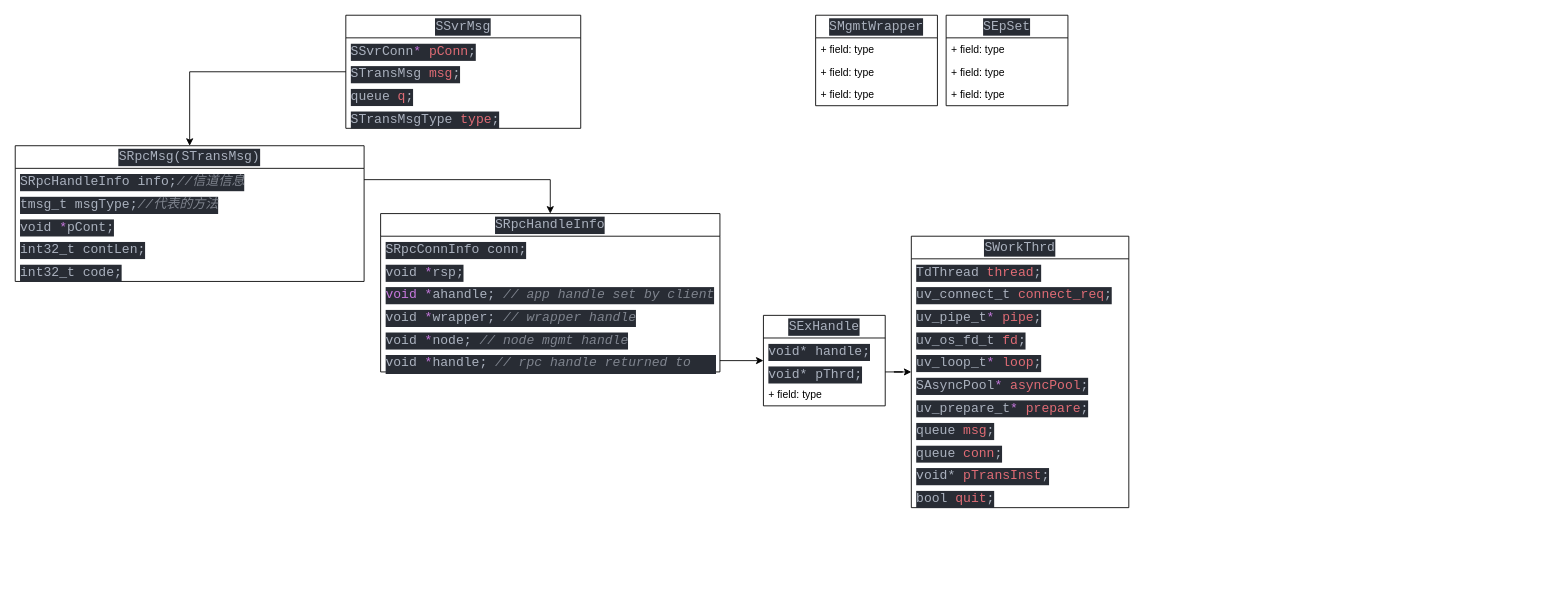
This is TDengine_tmsgcb_libuv.drawio from iTheds/draft_diagrams, a draw.io file, before an edit. Source tidied: cells renumbered, new cells numbered last; positions are measured from the earlier drawing's top-left corner, leaving out a move shared by most shapes. Both pictures are drawn from the tidied source at 87%, with x=0, y=0 at pixel (15, 15).
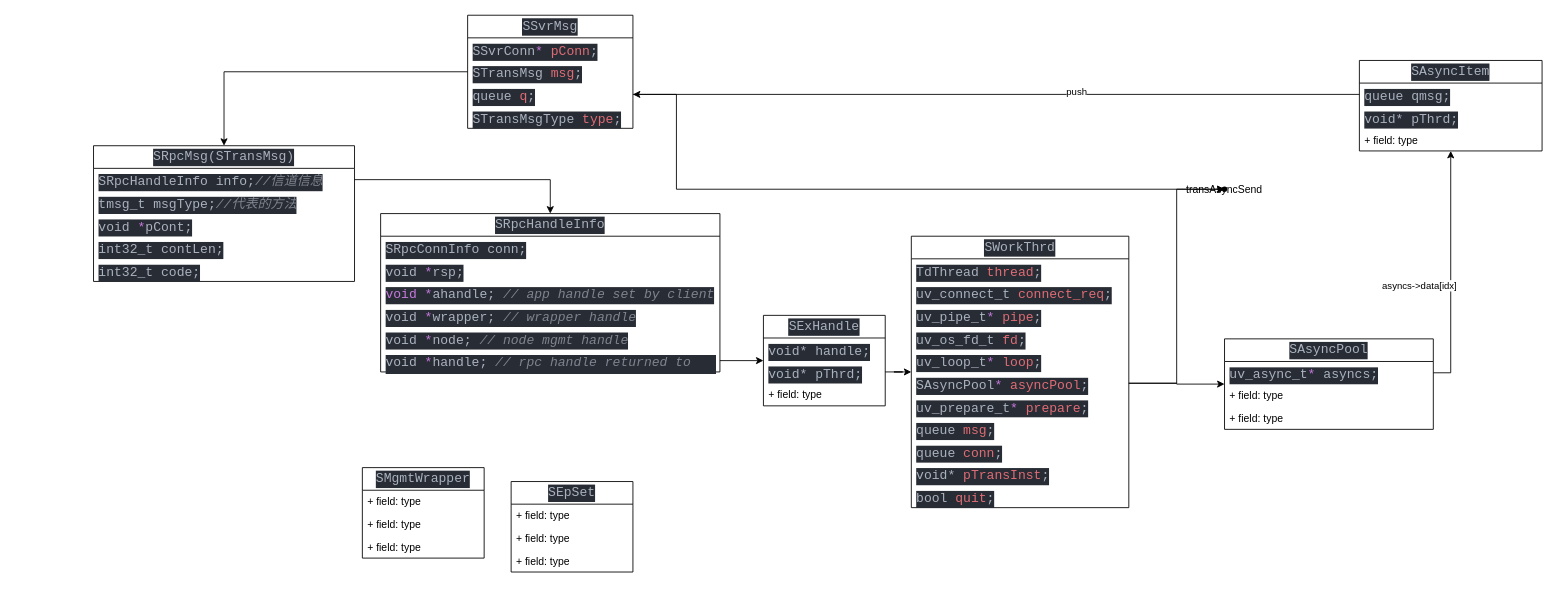
Above is the later version.

The change refers to these unchanged cells:
```xml
<mxCell id="41" value="&lt;div style=&quot;color: rgb(171, 178, 191); background-color: rgb(40, 44, 52); font-family: &amp;quot;Cascadia Code&amp;quot;, &amp;quot;Cascadia Code&amp;quot;, monospace, &amp;quot;Droid Sans Mono&amp;quot;, &amp;quot;monospace&amp;quot;, monospace; font-weight: normal; font-size: 15px; line-height: 20px;&quot;&gt;&lt;div&gt;SAsyncPool&lt;span style=&quot;color: #c678dd;&quot;&gt;*&lt;/span&gt;&lt;span style=&quot;color: #abb2bf;&quot;&gt;   &lt;/span&gt;&lt;span style=&quot;color: #e06c75;&quot;&gt;asyncPool&lt;/span&gt;&lt;span style=&quot;color: #abb2bf;&quot;&gt;;&lt;/span&gt;&lt;/div&gt;&lt;/div&gt;" style="text;strokeColor=none;fillColor=none;align=left;verticalAlign=top;spacingLeft=4;spacingRight=4;overflow=hidden;points=[[0,0.5],[1,0.5]];portConstraint=eastwest;whiteSpace=wrap;html=1;" parent="35" vertex="1">
  <mxGeometry y="156" width="250" height="26" as="geometry" />
</mxCell>
```

Change to the diagram source:
```diff
@@
     <mxCell id="2" value="&lt;div style=&quot;color: rgb(171, 178, 191); background-color: rgb(40, 44, 52); font-family: &amp;quot;Cascadia Code&amp;quot;, &amp;quot;Cascadia Code&amp;quot;, monospace, &amp;quot;Droid Sans Mono&amp;quot;, &amp;quot;monospace&amp;quot;, monospace; font-weight: normal; font-size: 15px; line-height: 20px;&quot;&gt;&lt;div&gt;SRpcMsg(STransMsg)&lt;/div&gt;&lt;/div&gt;" style="swimlane;fontStyle=0;horizontal=1;startSize=26;fillColor=none;whiteSpace=wrap;html=1;" parent="1" vertex="1">
-      <mxGeometry y="150" width="401" height="156" as="geometry" />
+      <mxGeometry x="90" y="150" width="300" height="156" as="geometry" />
     </mxCell>
     <mxCell id="3" value="&lt;div style=&quot;color: rgb(171, 178, 191); background-color: rgb(40, 44, 52); font-family: &amp;quot;Cascadia Code&amp;quot;, &amp;quot;Cascadia Code&amp;quot;, monospace, &amp;quot;Droid Sans Mono&amp;quot;, &amp;quot;monospace&amp;quot;, monospace; font-weight: normal; font-size: 15px; line-height: 20px;&quot;&gt;&lt;div&gt;SRpcHandleInfo info;&lt;span style=&quot;color: #7f848e;font-style: italic;&quot;&gt;//信道信息&lt;/span&gt;&lt;/div&gt;&lt;/div&gt;" style="text;strokeColor=none;fillColor=none;align=left;verticalAlign=top;spacingLeft=4;spacingRight=4;overflow=hidden;points=[[0,0.5],[1,0.5]];portConstraint=eastwest;whiteSpace=wrap;html=1;" parent="2" vertex="1">
-      <mxGeometry y="26" width="401" height="26" as="geometry" />
+      <mxGeometry y="26" width="300" height="26" as="geometry" />
     </mxCell>
     <mxCell id="4" value="&lt;div style=&quot;color: rgb(171, 178, 191); background-color: rgb(40, 44, 52); font-family: &amp;quot;Cascadia Code&amp;quot;, &amp;quot;Cascadia Code&amp;quot;, monospace, &amp;quot;Droid Sans Mono&amp;quot;, &amp;quot;monospace&amp;quot;, monospace; font-weight: normal; font-size: 15px; line-height: 20px;&quot;&gt;&lt;div&gt;tmsg_t&lt;span style=&quot;color: #abb2bf;&quot;&gt;         msgType;&lt;/span&gt;&lt;span style=&quot;color: #7f848e;font-style: italic;&quot;&gt;//代表的方法&lt;/span&gt;&lt;/div&gt;&lt;/div&gt;" style="text;strokeColor=none;fillColor=none;align=left;verticalAlign=top;spacingLeft=4;spacingRight=4;overflow=hidden;whiteSpace=wrap;html=1;" parent="2" vertex="1">
-      <mxGeometry y="52" width="401" height="26" as="geometry" />
+      <mxGeometry y="52" width="300" height="26" as="geometry" />
     </mxCell>
     <mxCell id="5" value="&lt;div style=&quot;color: rgb(171, 178, 191); background-color: rgb(40, 44, 52); font-family: &amp;quot;Cascadia Code&amp;quot;, &amp;quot;Cascadia Code&amp;quot;, monospace, &amp;quot;Droid Sans Mono&amp;quot;, &amp;quot;monospace&amp;quot;, monospace; font-weight: normal; font-size: 15px; line-height: 20px;&quot;&gt;&lt;div&gt;void&lt;span style=&quot;color: #abb2bf;&quot;&gt;          &lt;/span&gt;&lt;span style=&quot;color: #c678dd;&quot;&gt;*&lt;/span&gt;&lt;span style=&quot;color: #abb2bf;&quot;&gt;pCont;&lt;/span&gt;&lt;/div&gt;&lt;/div&gt;" style="text;strokeColor=none;fillColor=none;align=left;verticalAlign=top;spacingLeft=4;spacingRight=4;overflow=hidden;whiteSpace=wrap;html=1;" parent="2" vertex="1">
-      <mxGeometry y="78" width="401" height="26" as="geometry" />
+      <mxGeometry y="78" width="300" height="26" as="geometry" />
     </mxCell>
     <mxCell id="6" value="&lt;div style=&quot;color: rgb(171, 178, 191); background-color: rgb(40, 44, 52); font-family: &amp;quot;Cascadia Code&amp;quot;, &amp;quot;Cascadia Code&amp;quot;, monospace, &amp;quot;Droid Sans Mono&amp;quot;, &amp;quot;monospace&amp;quot;, monospace; font-weight: normal; font-size: 15px; line-height: 20px;&quot;&gt;&lt;div&gt;int32_t&lt;span style=&quot;color: #abb2bf;&quot;&gt;        contLen;&lt;/span&gt;&lt;/div&gt;&lt;/div&gt;" style="text;strokeColor=none;fillColor=none;align=left;verticalAlign=top;spacingLeft=4;spacingRight=4;overflow=hidden;whiteSpace=wrap;html=1;" parent="2" vertex="1">
-      <mxGeometry y="104" width="401" height="26" as="geometry" />
+      <mxGeometry y="104" width="300" height="26" as="geometry" />
     </mxCell>
     <mxCell id="7" value="&lt;div style=&quot;color: rgb(171, 178, 191); background-color: rgb(40, 44, 52); font-family: &amp;quot;Cascadia Code&amp;quot;, &amp;quot;Cascadia Code&amp;quot;, monospace, &amp;quot;Droid Sans Mono&amp;quot;, &amp;quot;monospace&amp;quot;, monospace; font-weight: normal; font-size: 15px; line-height: 20px;&quot;&gt;&lt;div&gt;int32_t&lt;span style=&quot;color: #abb2bf;&quot;&gt;        code;&lt;/span&gt;&lt;/div&gt;&lt;/div&gt;" style="text;strokeColor=none;fillColor=none;align=left;verticalAlign=top;spacingLeft=4;spacingRight=4;overflow=hidden;whiteSpace=wrap;html=1;" parent="2" vertex="1">
-      <mxGeometry y="130" width="401" height="26" as="geometry" />
+      <mxGeometry y="130" width="300" height="26" as="geometry" />
     </mxCell>
     <mxCell id="8" value="&lt;div style=&quot;color: rgb(171, 178, 191); background-color: rgb(40, 44, 52); font-family: &amp;quot;Cascadia Code&amp;quot;, &amp;quot;Cascadia Code&amp;quot;, monospace, &amp;quot;Droid Sans Mono&amp;quot;, &amp;quot;monospace&amp;quot;, monospace; font-weight: normal; font-size: 15px; line-height: 20px;&quot;&gt;&lt;div&gt;SEpSet&lt;/div&gt;&lt;/div&gt;" style="swimlane;fontStyle=0;horizontal=1;startSize=26;fillColor=none;whiteSpace=wrap;html=1;" parent="1" vertex="1">
-      <mxGeometry x="1070" width="140" height="104" as="geometry" />
+      <mxGeometry x="570" y="536" width="140" height="104" as="geometry" />
     </mxCell>
@@
     <mxCell id="12" value="&lt;div style=&quot;color: rgb(171, 178, 191); background-color: rgb(40, 44, 52); font-family: &amp;quot;Cascadia Code&amp;quot;, &amp;quot;Cascadia Code&amp;quot;, monospace, &amp;quot;Droid Sans Mono&amp;quot;, &amp;quot;monospace&amp;quot;, monospace; font-weight: normal; font-size: 15px; line-height: 20px;&quot;&gt;&lt;div&gt;SMgmtWrapper&lt;/div&gt;&lt;/div&gt;" style="swimlane;fontStyle=0;horizontal=1;startSize=26;fillColor=none;whiteSpace=wrap;html=1;" parent="1" vertex="1">
-      <mxGeometry x="920" width="140" height="104" as="geometry" />
+      <mxGeometry x="399" y="520" width="140" height="104" as="geometry" />
     </mxCell>
@@
     <mxCell id="29" value="&lt;div style=&quot;color: rgb(171, 178, 191); background-color: rgb(40, 44, 52); font-family: &amp;quot;Cascadia Code&amp;quot;, &amp;quot;Cascadia Code&amp;quot;, monospace, &amp;quot;Droid Sans Mono&amp;quot;, &amp;quot;monospace&amp;quot;, monospace; font-weight: normal; font-size: 15px; line-height: 20px;&quot;&gt;&lt;div&gt;SSvrMsg&lt;/div&gt;&lt;/div&gt;" style="swimlane;fontStyle=0;horizontal=1;startSize=26;fillColor=none;whiteSpace=wrap;html=1;" parent="1" vertex="1">
-      <mxGeometry x="380" width="270" height="130" as="geometry" />
+      <mxGeometry x="520" width="190" height="130" as="geometry" />
     </mxCell>
     <mxCell id="30" value="&lt;div style=&quot;color: rgb(171, 178, 191); background-color: rgb(40, 44, 52); font-family: &amp;quot;Cascadia Code&amp;quot;, &amp;quot;Cascadia Code&amp;quot;, monospace, &amp;quot;Droid Sans Mono&amp;quot;, &amp;quot;monospace&amp;quot;, monospace; font-weight: normal; font-size: 15px; line-height: 20px;&quot;&gt;&lt;div&gt;SSvrConn&lt;span style=&quot;color: #c678dd;&quot;&gt;*&lt;/span&gt;&lt;span style=&quot;color: #abb2bf;&quot;&gt;     &lt;/span&gt;&lt;span style=&quot;color: #e06c75;&quot;&gt;pConn&lt;/span&gt;&lt;span style=&quot;color: #abb2bf;&quot;&gt;;&lt;/span&gt;&lt;/div&gt;&lt;/div&gt;" style="text;strokeColor=none;fillColor=none;align=left;verticalAlign=top;spacingLeft=4;spacingRight=4;overflow=hidden;whiteSpace=wrap;html=1;" parent="29" vertex="1">
-      <mxGeometry y="26" width="270" height="26" as="geometry" />
+      <mxGeometry y="26" width="190" height="26" as="geometry" />
     </mxCell>
     <mxCell id="31" value="&lt;div style=&quot;color: rgb(171, 178, 191); background-color: rgb(40, 44, 52); font-family: &amp;quot;Cascadia Code&amp;quot;, &amp;quot;Cascadia Code&amp;quot;, monospace, &amp;quot;Droid Sans Mono&amp;quot;, &amp;quot;monospace&amp;quot;, monospace; font-weight: normal; font-size: 15px; line-height: 20px;&quot;&gt;&lt;div&gt;STransMsg&lt;span style=&quot;color: #abb2bf;&quot;&gt;     &lt;/span&gt;&lt;span style=&quot;color: #e06c75;&quot;&gt;msg&lt;/span&gt;&lt;span style=&quot;color: #abb2bf;&quot;&gt;;&lt;/span&gt;&lt;/div&gt;&lt;/div&gt;" style="text;strokeColor=none;fillColor=none;align=left;verticalAlign=top;spacingLeft=4;spacingRight=4;overflow=hidden;points=[[0,0.5],[1,0.5]];portConstraint=eastwest;whiteSpace=wrap;html=1;" parent="29" vertex="1">
-      <mxGeometry y="52" width="270" height="26" as="geometry" />
+      <mxGeometry y="52" width="190" height="26" as="geometry" />
     </mxCell>
     <mxCell id="32" value="&lt;div style=&quot;color: rgb(171, 178, 191); background-color: rgb(40, 44, 52); font-family: &amp;quot;Cascadia Code&amp;quot;, &amp;quot;Cascadia Code&amp;quot;, monospace, &amp;quot;Droid Sans Mono&amp;quot;, &amp;quot;monospace&amp;quot;, monospace; font-weight: normal; font-size: 15px; line-height: 20px;&quot;&gt;&lt;div&gt;queue&lt;span style=&quot;color: #abb2bf;&quot;&gt;         &lt;/span&gt;&lt;span style=&quot;color: #e06c75;&quot;&gt;q&lt;/span&gt;&lt;span style=&quot;color: #abb2bf;&quot;&gt;;&lt;/span&gt;&lt;/div&gt;&lt;/div&gt;" style="text;strokeColor=none;fillColor=none;align=left;verticalAlign=top;spacingLeft=4;spacingRight=4;overflow=hidden;points=[[0,0.5],[1,0.5]];portConstraint=eastwest;whiteSpace=wrap;html=1;" parent="29" vertex="1">
-      <mxGeometry y="78" width="270" height="26" as="geometry" />
+      <mxGeometry y="78" width="190" height="26" as="geometry" />
     </mxCell>
     <mxCell id="33" value="&lt;div style=&quot;color: rgb(171, 178, 191); background-color: rgb(40, 44, 52); font-family: &amp;quot;Cascadia Code&amp;quot;, &amp;quot;Cascadia Code&amp;quot;, monospace, &amp;quot;Droid Sans Mono&amp;quot;, &amp;quot;monospace&amp;quot;, monospace; font-weight: normal; font-size: 15px; line-height: 20px;&quot;&gt;&lt;div&gt;STransMsgType&lt;span style=&quot;color: #abb2bf;&quot;&gt; &lt;/span&gt;&lt;span style=&quot;color: #e06c75;&quot;&gt;type&lt;/span&gt;&lt;span style=&quot;color: #abb2bf;&quot;&gt;;&lt;/span&gt;&lt;/div&gt;&lt;/div&gt;" style="text;strokeColor=none;fillColor=none;align=left;verticalAlign=top;spacingLeft=4;spacingRight=4;overflow=hidden;whiteSpace=wrap;html=1;" parent="29" vertex="1">
-      <mxGeometry y="104" width="270" height="26" as="geometry" />
+      <mxGeometry y="104" width="190" height="26" as="geometry" />
     </mxCell>
@@
+    <mxCell id="48" value="transAsyncSend" style="shape=waypoint;sketch=0;fillStyle=solid;size=6;points=[];fillColor=none;perimeter=centerPerimeter;snapToPoint=1;" parent="1" vertex="1">
+      <mxGeometry x="1380" y="190" width="20" height="20" as="geometry" />
+    </mxCell>
+    <mxCell id="49" style="edgeStyle=elbowEdgeStyle;rounded=0;jettySize=auto;html=1;entryX=0.5;entryY=0.675;entryDx=0;entryDy=0;entryPerimeter=0;exitX=1;exitY=0.5;exitDx=0;exitDy=0;" parent="1" edge="1" source="32" target="48">
+      <mxGeometry relative="1" as="geometry">
+        <Array as="points">
+          <mxPoint x="760" y="120" />
+        </Array>
+      </mxGeometry>
+    </mxCell>
+    <mxCell id="50" style="edgeStyle=elbowEdgeStyle;rounded=0;jettySize=auto;html=1;entryX=0.75;entryY=0.592;entryDx=0;entryDy=0;entryPerimeter=0;" parent="1" edge="1" source="41" target="48">
+      <mxGeometry relative="1" as="geometry" />
+    </mxCell>
+    <mxCell id="51" value="&lt;div style=&quot;color: rgb(171, 178, 191); background-color: rgb(40, 44, 52); font-family: &amp;quot;Cascadia Code&amp;quot;, &amp;quot;Cascadia Code&amp;quot;, monospace, &amp;quot;Droid Sans Mono&amp;quot;, &amp;quot;monospace&amp;quot;, monospace; font-weight: normal; font-size: 15px; line-height: 20px;&quot;&gt;&lt;div&gt;SAsyncItem&lt;/div&gt;&lt;/div&gt;" style="swimlane;fontStyle=0;horizontal=1;startSize=26;fillColor=none;whiteSpace=wrap;html=1;" parent="1" vertex="1">
+      <mxGeometry x="1545" y="52" width="210" height="104" as="geometry" />
+    </mxCell>
+    <mxCell id="52" value="&lt;div style=&quot;color: rgb(171, 178, 191); background-color: rgb(40, 44, 52); font-family: &amp;quot;Cascadia Code&amp;quot;, &amp;quot;Cascadia Code&amp;quot;, monospace, &amp;quot;Droid Sans Mono&amp;quot;, &amp;quot;monospace&amp;quot;, monospace; font-weight: normal; font-size: 15px; line-height: 20px;&quot;&gt;&lt;div&gt;queue         qmsg;&lt;/div&gt;&lt;/div&gt;" style="text;strokeColor=none;fillColor=none;align=left;verticalAlign=top;spacingLeft=4;spacingRight=4;overflow=hidden;points=[[0,0.5],[1,0.5]];portConstraint=eastwest;whiteSpace=wrap;html=1;" parent="51" vertex="1">
+      <mxGeometry y="26" width="210" height="26" as="geometry" />
+    </mxCell>
+    <mxCell id="53" value="&lt;div style=&quot;color: rgb(171, 178, 191); background-color: rgb(40, 44, 52); font-family: &amp;quot;Cascadia Code&amp;quot;, &amp;quot;Cascadia Code&amp;quot;, monospace, &amp;quot;Droid Sans Mono&amp;quot;, &amp;quot;monospace&amp;quot;, monospace; font-weight: normal; font-size: 15px; line-height: 20px;&quot;&gt;&lt;div&gt;void*&lt;span style=&quot;color: #abb2bf;&quot;&gt;         pThrd;&lt;/span&gt;&lt;/div&gt;&lt;/div&gt;" style="text;strokeColor=none;fillColor=none;align=left;verticalAlign=top;spacingLeft=4;spacingRight=4;overflow=hidden;whiteSpace=wrap;html=1;" parent="51" vertex="1">
+      <mxGeometry y="52" width="210" height="26" as="geometry" />
+    </mxCell>
+    <mxCell id="54" value="+ field: type" style="text;strokeColor=none;fillColor=none;align=left;verticalAlign=top;spacingLeft=4;spacingRight=4;overflow=hidden;whiteSpace=wrap;html=1;" parent="51" vertex="1">
+      <mxGeometry y="78" width="210" height="26" as="geometry" />
+    </mxCell>
+    <mxCell id="55" value="&lt;div style=&quot;color: rgb(171, 178, 191); background-color: rgb(40, 44, 52); font-family: &amp;quot;Cascadia Code&amp;quot;, &amp;quot;Cascadia Code&amp;quot;, monospace, &amp;quot;Droid Sans Mono&amp;quot;, &amp;quot;monospace&amp;quot;, monospace; font-weight: normal; font-size: 15px; line-height: 20px;&quot;&gt;&lt;div&gt;SAsyncPool&lt;/div&gt;&lt;/div&gt;" style="swimlane;fontStyle=0;horizontal=1;startSize=26;fillColor=none;whiteSpace=wrap;html=1;" parent="1" vertex="1">
+      <mxGeometry x="1390" y="372" width="240" height="104" as="geometry" />
+    </mxCell>
+    <mxCell id="56" value="&lt;div style=&quot;color: rgb(171, 178, 191); background-color: rgb(40, 44, 52); font-family: &amp;quot;Cascadia Code&amp;quot;, &amp;quot;Cascadia Code&amp;quot;, monospace, &amp;quot;Droid Sans Mono&amp;quot;, &amp;quot;monospace&amp;quot;, monospace; font-weight: normal; font-size: 15px; line-height: 20px;&quot;&gt;&lt;div&gt;uv_async_t&lt;span style=&quot;color: #c678dd;&quot;&gt;*&lt;/span&gt;&lt;span style=&quot;color: #abb2bf;&quot;&gt; asyncs;&lt;/span&gt;&lt;/div&gt;&lt;/div&gt;" style="text;strokeColor=none;fillColor=none;align=left;verticalAlign=top;spacingLeft=4;spacingRight=4;overflow=hidden;points=[[0,0.5],[1,0.5]];portConstraint=eastwest;whiteSpace=wrap;html=1;" parent="55" vertex="1">
+      <mxGeometry y="26" width="240" height="26" as="geometry" />
+    </mxCell>
+    <mxCell id="57" value="+ field: type" style="text;strokeColor=none;fillColor=none;align=left;verticalAlign=top;spacingLeft=4;spacingRight=4;overflow=hidden;whiteSpace=wrap;html=1;" parent="55" vertex="1">
+      <mxGeometry y="52" width="240" height="26" as="geometry" />
+    </mxCell>
+    <mxCell id="58" value="+ field: type" style="text;strokeColor=none;fillColor=none;align=left;verticalAlign=top;spacingLeft=4;spacingRight=4;overflow=hidden;whiteSpace=wrap;html=1;" parent="55" vertex="1">
+      <mxGeometry y="78" width="240" height="26" as="geometry" />
+    </mxCell>
+    <mxCell id="59" style="edgeStyle=orthogonalEdgeStyle;rounded=0;jettySize=auto;html=1;" parent="1" edge="1" source="41" target="55">
+      <mxGeometry relative="1" as="geometry" />
+    </mxCell>
+    <mxCell id="60" style="edgeStyle=orthogonalEdgeStyle;rounded=0;jettySize=auto;html=1;exitX=1;exitY=0.5;exitDx=0;exitDy=0;" parent="1" edge="1" source="56" target="51">
+      <mxGeometry relative="1" as="geometry" />
+    </mxCell>
+    <mxCell id="61" value="asyncs-&amp;gt;data[idx]" style="edgeLabel;html=1;align=center;verticalAlign=middle;" parent="60" vertex="1">
+      <mxGeometry x="-0.03" y="-2" relative="1" as="geometry">
+        <mxPoint x="-39" y="12" as="offset" />
+      </mxGeometry>
+    </mxCell>
+    <mxCell id="62" style="edgeStyle=orthogonalEdgeStyle;rounded=0;jettySize=auto;html=1;entryX=1;entryY=0.5;entryDx=0;entryDy=0;" parent="1" edge="1" source="52" target="32">
+      <mxGeometry relative="1" as="geometry" />
+    </mxCell>
+    <mxCell id="63" value="&lt;div&gt;push&lt;/div&gt;" style="edgeLabel;html=1;align=center;verticalAlign=middle;" parent="62" vertex="1">
+      <mxGeometry x="-0.22" y="-4" relative="1" as="geometry" />
+    </mxCell>
```
